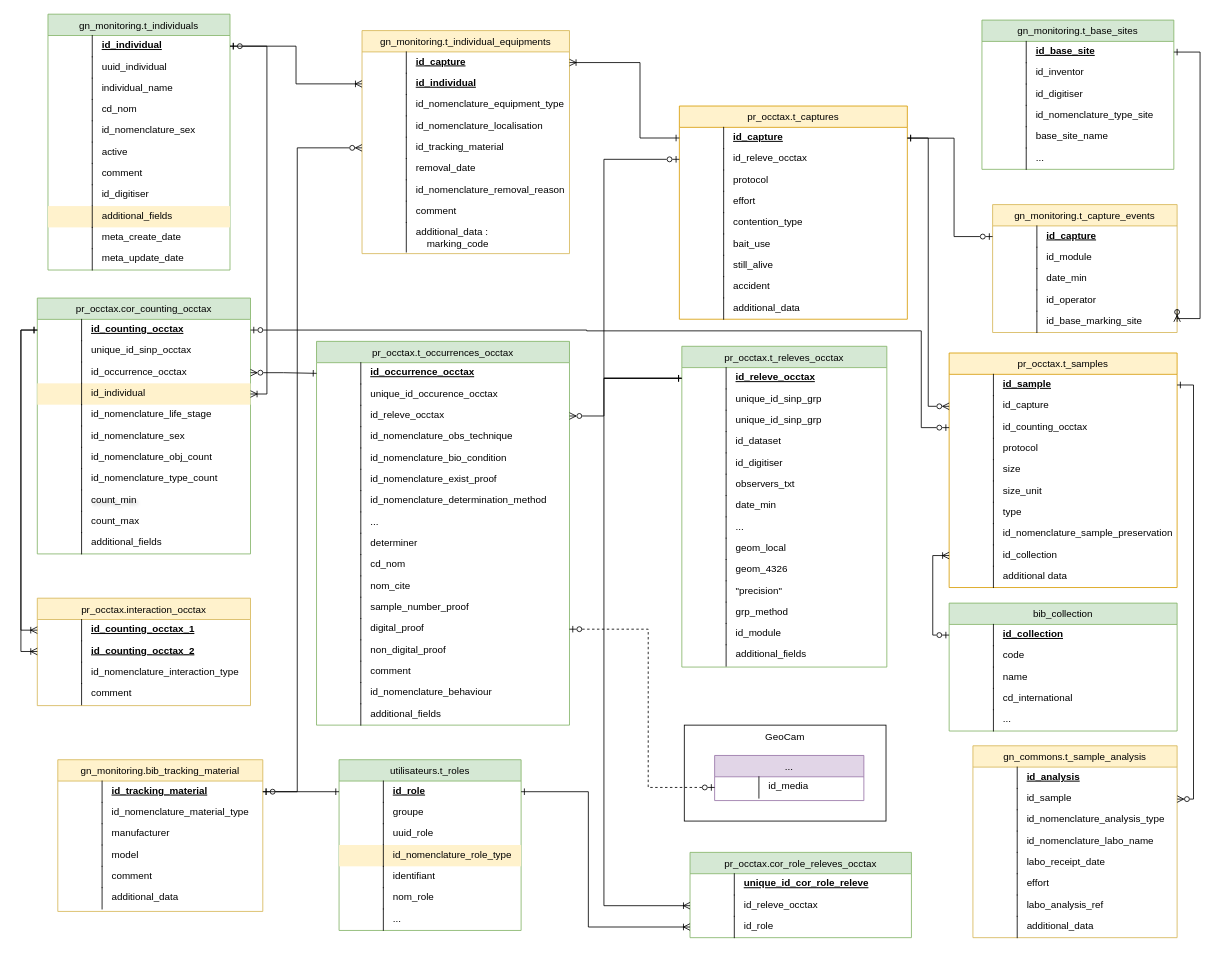
Earlier version of the draw.io diagram cahier-des-charges/MCD/V4-gn/gestion-individus_v4-2.drawio (PnVanoise/gestion-individus). Source tidied: cells renumbered, new cells numbered last; positions are measured from the earlier drawing's top-left corner, leaving out a move shared by most shapes. Both pictures are drawn from the tidied source at 82%, with x=0, y=0 at pixel (37, 14).
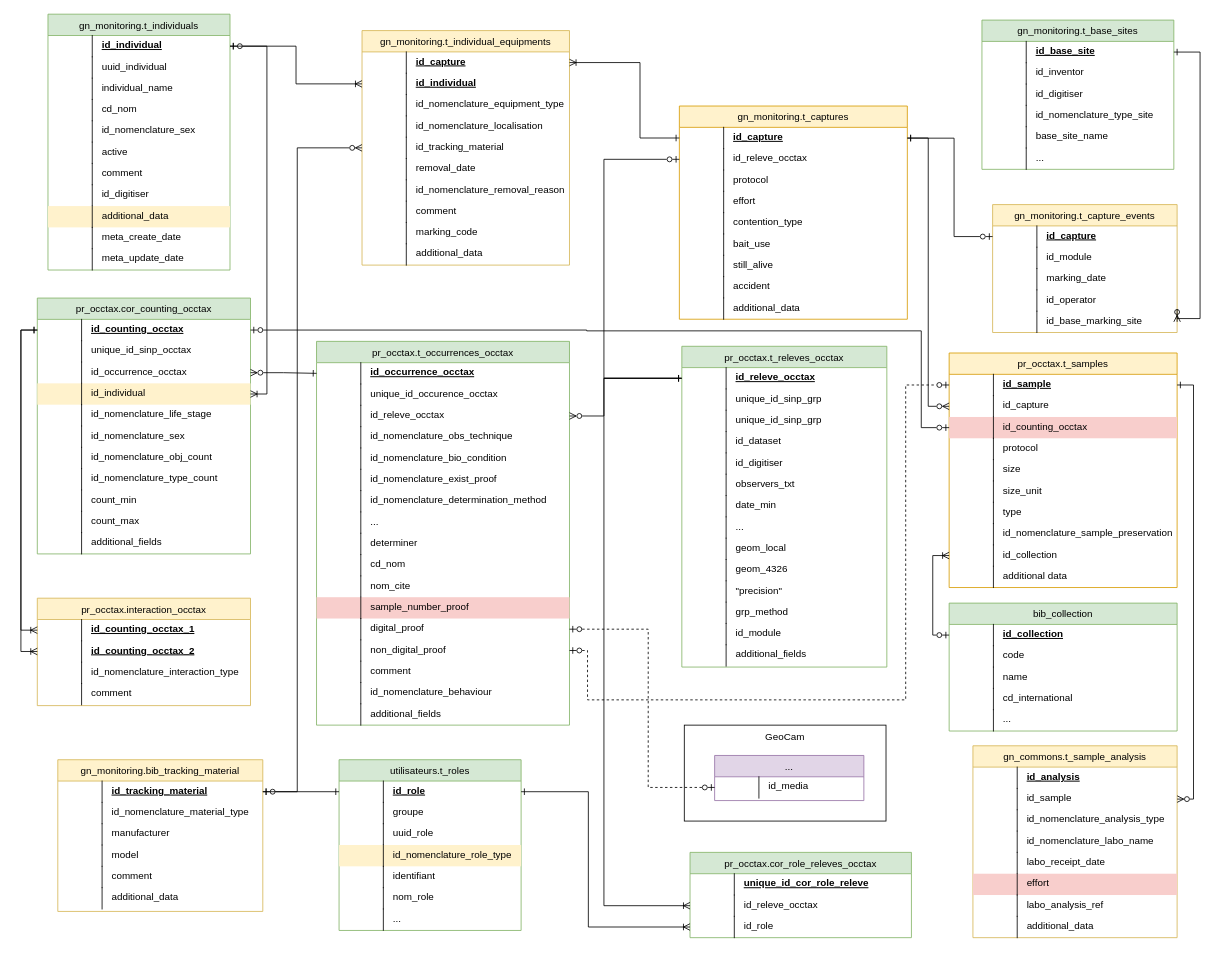
The same diagram, later.

Unchanged cells that the change refers to:
```xml
<mxCell id="2" value="pr_occtax.cor_counting_occtax" style="swimlane;fontStyle=0;horizontal=1;startSize=26;fillColor=#d5e8d4;swimlaneFillColor=default;align=center;strokeColor=#82b366;" parent="1" vertex="1">
  <mxGeometry y="346" width="260" height="312" as="geometry" />
</mxCell>
<mxCell id="32" value="gn_monitoring.t_individuals" style="swimlane;fontStyle=0;horizontal=1;startSize=26;fillColor=#d5e8d4;swimlaneFillColor=default;align=center;strokeColor=#82b366;" parent="1" vertex="1">
  <mxGeometry x="13" y="-0.2" width="222" height="312" as="geometry" />
</mxCell>
<mxCell id="56" value="pr_occtax.t_occurrences_occtax" style="swimlane;fontStyle=0;horizontal=1;startSize=26;fillColor=#d5e8d4;swimlaneFillColor=default;align=center;strokeColor=#82b366;" parent="1" vertex="1">
  <mxGeometry x="340.5" y="398.8" width="308.5" height="468" as="geometry" />
</mxCell>
<mxCell id="83" value="non_digital_proof" style="shape=partialRectangle;top=0;left=0;right=0;bottom=0;align=left;verticalAlign=top;spacingTop=-2;fillColor=none;spacingLeft=64;spacingRight=4;overflow=hidden;points=[[0,0.5],[1,0.5]];portConstraint=eastwest;" parent="56" vertex="1">
  <mxGeometry y="364" width="308.5" height="26" as="geometry" />
</mxCell>
<mxCell id="121" value="gn_commons.t_sample_analysis" style="swimlane;fontStyle=0;horizontal=1;startSize=26;fillColor=#fff2cc;swimlaneFillColor=default;align=center;strokeColor=#d6b656;" parent="1" vertex="1">
  <mxGeometry x="1141" y="892" width="249" height="234" as="geometry" />
</mxCell>
<mxCell id="157" value="pr_occtax.t_samples" style="swimlane;fontStyle=0;horizontal=1;startSize=26;fillColor=#FFF2CC;swimlaneFillColor=default;align=center;strokeColor=#d79b00;" parent="1" vertex="1">
  <mxGeometry x="1112" y="413" width="278" height="286" as="geometry" />
</mxCell>
<mxCell id="158" value="id_sample" style="shape=partialRectangle;top=0;left=0;right=0;bottom=0;align=left;verticalAlign=top;spacingTop=-2;fillColor=none;spacingLeft=64;spacingRight=4;overflow=hidden;points=[[0,0.5],[1,0.5]];portConstraint=eastwest;strokeColor=none;fontColor=light-dark(#000000, #da5876);fontStyle=5;textShadow=0;dashed=1;dashPattern=1 1;strokeWidth=10;" parent="157" vertex="1">
  <mxGeometry y="26" width="278" height="26" as="geometry" />
</mxCell>
<mxCell id="241" value="gn_monitoring.t_capture_events" style="swimlane;fontStyle=0;horizontal=1;startSize=26;fillColor=#fff2cc;swimlaneFillColor=default;align=center;strokeColor=#d6b656;" parent="1" vertex="1">
  <mxGeometry x="1165" y="232" width="225" height="156" as="geometry" />
</mxCell>
```

Change to the diagram source:
```diff
@@
-    <mxCell id="19" value="count_min" style="shape=partialRectangle;top=0;left=0;right=0;bottom=0;align=left;verticalAlign=top;spacingTop=-2;fillColor=none;spacingLeft=64;spacingRight=4;overflow=hidden;fontStyle=0;textShadow=1;" parent="2" vertex="1">
+    <mxCell id="19" value="count_min" style="shape=partialRectangle;top=0;left=0;right=0;bottom=0;align=left;verticalAlign=top;spacingTop=-2;fillColor=none;spacingLeft=64;spacingRight=4;overflow=hidden;fontStyle=0;textShadow=0;" parent="2" vertex="1">
       <mxGeometry y="234" width="260" height="26" as="geometry" />
     </mxCell>
@@
-    <mxCell id="49" value="additional_fields" style="shape=partialRectangle;top=0;left=0;right=0;bottom=0;align=left;verticalAlign=top;spacingTop=-2;fillColor=#fff2cc;spacingLeft=64;spacingRight=4;overflow=hidden;fontStyle=0;strokeColor=#d6b656;textShadow=0;" parent="32" vertex="1">
+    <mxCell id="49" value="additional_data" style="shape=partialRectangle;top=0;left=0;right=0;bottom=0;align=left;verticalAlign=top;spacingTop=-2;fillColor=#fff2cc;spacingLeft=64;spacingRight=4;overflow=hidden;fontStyle=0;strokeColor=#d6b656;textShadow=0;" parent="32" vertex="1">
       <mxGeometry y="234" width="222" height="26" as="geometry" />
     </mxCell>
@@
-    <mxCell id="79" value="sample_number_proof" style="shape=partialRectangle;top=0;left=0;right=0;bottom=0;align=left;verticalAlign=top;spacingTop=-2;fillColor=none;spacingLeft=64;spacingRight=4;overflow=hidden;fontStyle=0;" parent="56" vertex="1">
+    <mxCell id="79" value="sample_number_proof" style="shape=partialRectangle;top=0;left=0;right=0;bottom=0;align=left;verticalAlign=top;spacingTop=-2;fillColor=#f8cecc;spacingLeft=64;spacingRight=4;overflow=hidden;fontStyle=0;strokeColor=#b85450;" parent="56" vertex="1">
       <mxGeometry y="312" width="308.5" height="26" as="geometry" />
     </mxCell>
@@
-    <mxCell id="132" value="effort" style="shape=partialRectangle;top=0;left=0;right=0;bottom=0;align=left;verticalAlign=top;spacingTop=-2;fillColor=none;spacingLeft=64;spacingRight=4;overflow=hidden;" parent="121" vertex="1">
+    <mxCell id="132" value="effort" style="shape=partialRectangle;top=0;left=0;right=0;bottom=0;align=left;verticalAlign=top;spacingTop=-2;fillColor=#f8cecc;spacingLeft=64;spacingRight=4;overflow=hidden;strokeColor=#b85450;" parent="121" vertex="1">
       <mxGeometry y="156" width="249" height="26" as="geometry" />
     </mxCell>
@@
-    <mxCell id="138" value="pr_occtax.t_captures" style="swimlane;fontStyle=0;horizontal=1;startSize=26;fillColor=#FFF2CC;swimlaneFillColor=default;align=center;strokeColor=#d79b00;" parent="1" vertex="1">
+    <mxCell id="138" value="gn_monitoring.t_captures" style="swimlane;fontStyle=0;horizontal=1;startSize=26;fillColor=#FFF2CC;swimlaneFillColor=default;align=center;strokeColor=#d79b00;" parent="1" vertex="1">
       <mxGeometry x="783" y="111.8" width="278" height="260" as="geometry" />
     </mxCell>
@@
-    <mxCell id="162" value="id_counting_occtax" style="shape=partialRectangle;top=0;left=0;right=0;bottom=0;align=left;verticalAlign=top;spacingTop=-2;fillColor=none;spacingLeft=64;spacingRight=4;overflow=hidden;points=[[0,0.5],[1,0.5]];portConstraint=eastwest;strokeColor=#d6b656;fontStyle=0;textShadow=0;" parent="157" vertex="1">
+    <mxCell id="162" value="id_counting_occtax" style="shape=partialRectangle;top=0;left=0;right=0;bottom=0;align=left;verticalAlign=top;spacingTop=-2;fillColor=#f8cecc;spacingLeft=64;spacingRight=4;overflow=hidden;points=[[0,0.5],[1,0.5]];portConstraint=eastwest;strokeColor=#b85450;fontStyle=0;textShadow=0;" parent="157" vertex="1">
       <mxGeometry y="78" width="278" height="26" as="geometry" />
     </mxCell>
@@
     <mxCell id="179" value="gn_monitoring.t_individual_equipments" style="swimlane;fontStyle=0;horizontal=1;startSize=26;fillColor=#fff2cc;swimlaneFillColor=default;align=center;strokeColor=#d6b656;" parent="1" vertex="1">
-      <mxGeometry x="396" y="19.8" width="253" height="272" as="geometry" />
+      <mxGeometry x="396" y="19.8" width="253" height="286" as="geometry" />
     </mxCell>
@@
-    <mxCell id="196" value="additional_data :&#10;    marking_code " style="shape=partialRectangle;top=0;left=0;right=0;bottom=0;align=left;verticalAlign=top;spacingTop=-2;fillColor=none;spacingLeft=64;spacingRight=4;overflow=hidden;" parent="179" vertex="1">
-      <mxGeometry y="234" width="253" height="36" as="geometry" />
+    <mxCell id="196" value="marking_code" style="shape=partialRectangle;top=0;left=0;right=0;bottom=0;align=left;verticalAlign=top;spacingTop=-2;fillColor=none;spacingLeft=64;spacingRight=4;overflow=hidden;" parent="179" vertex="1">
+      <mxGeometry y="234" width="253" height="26" as="geometry" />
     </mxCell>
     <mxCell id="197" style="shape=partialRectangle;top=0;left=0;bottom=0;fillColor=none;align=left;verticalAlign=middle;spacingLeft=4;spacingRight=4;overflow=hidden;" parent="196" vertex="1">
-      <mxGeometry width="54" height="36" as="geometry" />
+      <mxGeometry width="54" height="26" as="geometry" />
     </mxCell>
+    <mxCell id="291" value="additional_data" style="shape=partialRectangle;top=0;left=0;right=0;bottom=0;align=left;verticalAlign=top;spacingTop=-2;fillColor=none;spacingLeft=64;spacingRight=4;overflow=hidden;" parent="179" vertex="1">
+      <mxGeometry y="260" width="253" height="26" as="geometry" />
+    </mxCell>
+    <mxCell id="292" style="shape=partialRectangle;top=0;left=0;bottom=0;fillColor=none;align=left;verticalAlign=middle;spacingLeft=4;spacingRight=4;overflow=hidden;" parent="291" vertex="1">
+      <mxGeometry width="54" height="26" as="geometry" />
+    </mxCell>
@@
-    <mxCell id="246" value="date_min" style="shape=partialRectangle;top=0;left=0;right=0;bottom=0;align=left;verticalAlign=top;spacingTop=-2;fillColor=none;spacingLeft=64;spacingRight=4;overflow=hidden;fontStyle=0;textShadow=0;" parent="241" vertex="1">
+    <mxCell id="246" value="marking_date" style="shape=partialRectangle;top=0;left=0;right=0;bottom=0;align=left;verticalAlign=top;spacingTop=-2;fillColor=none;spacingLeft=64;spacingRight=4;overflow=hidden;fontStyle=0;textShadow=0;" parent="241" vertex="1">
       <mxGeometry y="78" width="225" height="26" as="geometry" />
     </mxCell>
@@
+    <mxCell id="293" style="edgeStyle=orthogonalEdgeStyle;rounded=0;jettySize=auto;html=1;exitX=1;exitY=0.5;exitDx=0;exitDy=0;entryX=0;entryY=0.5;entryDx=0;entryDy=0;dashed=1;endArrow=ERzeroToOne;endFill=0;startArrow=ERzeroToOne;startFill=0;" parent="1" edge="1" source="83" target="158">
+      <mxGeometry relative="1" as="geometry">
+        <Array as="points">
+          <mxPoint x="671" y="776" />
+          <mxPoint x="671" y="836" />
+          <mxPoint x="1059" y="836" />
+          <mxPoint x="1059" y="452" />
+        </Array>
+      </mxGeometry>
+    </mxCell>
```
